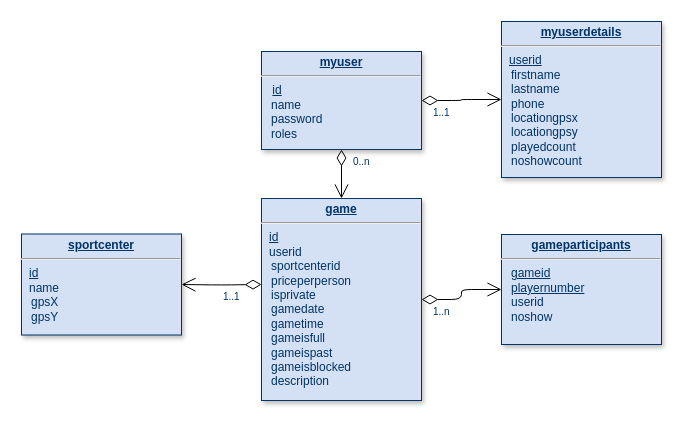
Above: dbs schema.drawio in dicaros/BVapp (draw.io), before the change. Source tidied: cells renumbered, new cells numbered last; positions are measured from the earlier drawing's top-left corner, leaving out a move shared by most shapes. Both pictures are drawn from the tidied source at 100%, with x=0, y=0 at pixel (21, 21).
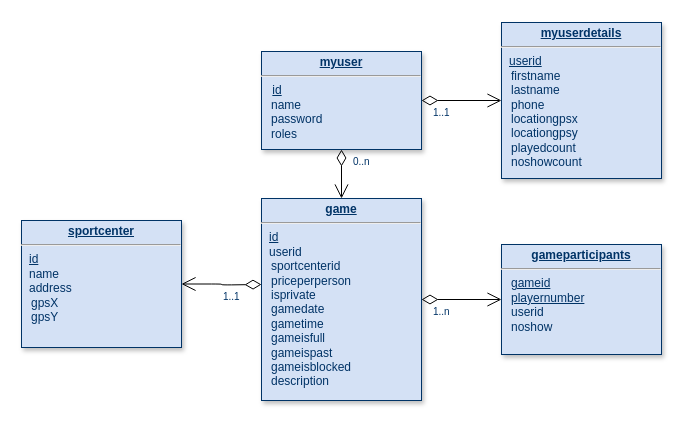
Above is the later version.

Diff of the diagram source:
```diff
@@
 <mxGraphModel background="#ffffff">
   <root>
     <mxCell id="0" />
     <mxCell id="1" parent="0" />
     <mxCell id="2" value="&lt;p style=&quot;margin: 0px ; margin-top: 4px ; text-align: center ; text-decoration: underline&quot;&gt;&lt;strong&gt;game&lt;/strong&gt;&lt;/p&gt;&lt;hr&gt;&lt;p style=&quot;margin: 0px ; margin-left: 8px&quot;&gt;&lt;u&gt;id&lt;/u&gt;&lt;br&gt;&lt;/p&gt;&lt;p style=&quot;margin: 0px ; margin-left: 8px&quot;&gt;userid&lt;/p&gt;&lt;div&gt;&amp;nbsp;&amp;nbsp; sportcenterid&lt;/div&gt;&lt;div&gt;&amp;nbsp;&amp;nbsp; priceperperson&lt;br&gt;&lt;/div&gt;&lt;div&gt;&amp;nbsp;&amp;nbsp; isprivate&lt;/div&gt;&lt;div&gt;&amp;nbsp;&amp;nbsp; gamedate&lt;/div&gt;&lt;div&gt;&amp;nbsp;&amp;nbsp; gametime&lt;/div&gt;&lt;div&gt;&amp;nbsp;&amp;nbsp; gameisfull&lt;/div&gt;&lt;div&gt;&amp;nbsp;&amp;nbsp; gameispast&lt;/div&gt;&lt;div&gt;&amp;nbsp;&amp;nbsp; gameisblocked&lt;br&gt;&lt;/div&gt;&lt;div&gt;&amp;nbsp;&amp;nbsp; description&lt;br&gt;&lt;/div&gt;&lt;div&gt;&amp;nbsp;&amp;nbsp; &lt;br&gt;&lt;/div&gt;" style="verticalAlign=top;align=left;overflow=fill;fontSize=12;fontFamily=Helvetica;html=1;strokeColor=#003366;shadow=1;fillColor=#D4E1F5;fontColor=#003366;" parent="1" vertex="1">
       <mxGeometry x="240" y="177" width="160" height="202" as="geometry" />
     </mxCell>
     <mxCell id="3" value="&lt;p style=&quot;margin: 0px ; margin-top: 4px ; text-align: center ; text-decoration: underline&quot;&gt;&lt;strong&gt;myuser&lt;br&gt;&lt;/strong&gt;&lt;/p&gt;&lt;hr&gt;&lt;p style=&quot;margin: 0px ; margin-left: 8px&quot;&gt;&lt;i&gt;&amp;nbsp;&lt;/i&gt;&lt;u&gt;id&lt;/u&gt;&lt;/p&gt;&lt;div&gt;&amp;nbsp;&amp;nbsp; name&lt;/div&gt;&lt;div&gt;&amp;nbsp;&amp;nbsp; password&lt;br&gt;&lt;/div&gt;&lt;div&gt;&amp;nbsp;&amp;nbsp; roles&lt;/div&gt;" style="verticalAlign=top;align=left;overflow=fill;fontSize=12;fontFamily=Helvetica;html=1;strokeColor=#003366;shadow=1;fillColor=#D4E1F5;fontColor=#003366;" parent="1" vertex="1">
       <mxGeometry x="240" y="30" width="160" height="98" as="geometry" />
     </mxCell>
     <mxCell id="4" style="endArrow=open;endSize=12;startArrow=diamondThin;startSize=14;startFill=0;edgeStyle=orthogonalEdgeStyle;" parent="1" edge="1" source="3" target="2">
       <mxGeometry x="19" y="368" as="geometry" />
     </mxCell>
     <mxCell id="5" value="0..n" style="align=left;verticalAlign=top;labelBackgroundColor=#ffffff;fontSize=10;strokeColor=#003366;shadow=1;fillColor=#D4E1F5;fontColor=#003366;" parent="4" vertex="1">
       <mxGeometry x="-1" relative="1" as="geometry">
         <mxPoint x="10" as="offset" />
       </mxGeometry>
     </mxCell>
     <mxCell id="6" value="&lt;p style=&quot;margin: 0px ; margin-top: 4px ; text-align: center ; text-decoration: underline&quot;&gt;&lt;strong&gt;gameparticipants&lt;/strong&gt;&lt;/p&gt;&lt;hr&gt;&lt;div&gt;&amp;nbsp;&amp;nbsp; &lt;u&gt;gameid&lt;/u&gt;&lt;/div&gt;&lt;div&gt;&amp;nbsp;&amp;nbsp; &lt;u&gt;playernumber&lt;/u&gt;&lt;/div&gt;&lt;div&gt;&amp;nbsp;&amp;nbsp; userid&lt;/div&gt;&lt;div&gt;&amp;nbsp;&amp;nbsp; noshow&lt;br&gt;&lt;/div&gt;&lt;div&gt;&amp;nbsp;&amp;nbsp; &lt;br&gt;&lt;/div&gt;" style="verticalAlign=top;align=left;overflow=fill;fontSize=12;fontFamily=Helvetica;html=1;strokeColor=#003366;shadow=1;fillColor=#D4E1F5;fontColor=#003366;" parent="1" vertex="1">
-      <mxGeometry x="480" y="213" width="160" height="110" as="geometry" />
+      <mxGeometry x="480" y="223" width="160" height="110" as="geometry" />
     </mxCell>
     <mxCell id="7" style="endArrow=open;endSize=12;startArrow=diamondThin;startSize=14;startFill=0;edgeStyle=orthogonalEdgeStyle;entryX=0;entryY=0.5;entryDx=0;entryDy=0;exitX=1;exitY=0.5;exitDx=0;exitDy=0;" parent="1" edge="1" source="2" target="6">
       <mxGeometry x="29" y="378" as="geometry" />
     </mxCell>
     <mxCell id="8" value="1..n" style="align=left;verticalAlign=top;labelBackgroundColor=#ffffff;fontSize=10;strokeColor=#003366;shadow=1;fillColor=#D4E1F5;fontColor=#003366;" parent="7" vertex="1">
       <mxGeometry x="-1" relative="1" as="geometry">
         <mxPoint x="10" as="offset" />
       </mxGeometry>
     </mxCell>
-    <mxCell id="9" value="&lt;p style=&quot;margin: 0px ; margin-top: 4px ; text-align: center ; text-decoration: underline&quot;&gt;&lt;strong&gt;sportcenter&lt;/strong&gt;&lt;/p&gt;&lt;hr&gt;&lt;p style=&quot;margin: 0px ; margin-left: 8px&quot;&gt;&lt;u&gt;id&lt;/u&gt;&lt;/p&gt;&lt;p style=&quot;margin: 0px ; margin-left: 8px&quot;&gt;name&lt;/p&gt;&amp;nbsp;&amp;nbsp; gpsX&lt;div&gt;&amp;nbsp;&amp;nbsp; gpsY&lt;/div&gt;&lt;div&gt;&amp;nbsp;&amp;nbsp; &lt;br&gt;&lt;/div&gt;&lt;div&gt;&amp;nbsp;&amp;nbsp; &lt;br&gt;&lt;/div&gt;" style="verticalAlign=top;align=left;overflow=fill;fontSize=12;fontFamily=Helvetica;html=1;strokeColor=#003366;shadow=1;fillColor=#D4E1F5;fontColor=#003366;" parent="1" vertex="1">
-      <mxGeometry y="212.5" width="160" height="101" as="geometry" />
+    <mxCell id="9" value="&lt;p style=&quot;margin: 0px ; margin-top: 4px ; text-align: center ; text-decoration: underline&quot;&gt;&lt;strong&gt;sportcenter&lt;/strong&gt;&lt;/p&gt;&lt;hr&gt;&lt;p style=&quot;margin: 0px ; margin-left: 8px&quot;&gt;&lt;u&gt;id&lt;/u&gt;&lt;/p&gt;&lt;p style=&quot;margin: 0px ; margin-left: 8px&quot;&gt;name&lt;/p&gt;&lt;p style=&quot;margin: 0px ; margin-left: 8px&quot;&gt;address&lt;br&gt;&lt;/p&gt;&amp;nbsp;&amp;nbsp; gpsX&lt;div&gt;&amp;nbsp;&amp;nbsp; gpsY&lt;/div&gt;&lt;div&gt;&amp;nbsp;&amp;nbsp; &lt;br&gt;&lt;/div&gt;&lt;div&gt;&amp;nbsp;&amp;nbsp; &lt;br&gt;&lt;/div&gt;" style="verticalAlign=top;align=left;overflow=fill;fontSize=12;fontFamily=Helvetica;html=1;strokeColor=#003366;shadow=1;fillColor=#D4E1F5;fontColor=#003366;" parent="1" vertex="1">
+      <mxGeometry y="199" width="160" height="127" as="geometry" />
     </mxCell>
     <mxCell id="10" value="&lt;p style=&quot;margin: 0px ; margin-top: 4px ; text-align: center ; text-decoration: underline&quot;&gt;&lt;strong&gt;myuserdetails&lt;/strong&gt;&lt;/p&gt;&lt;hr&gt;&lt;p style=&quot;margin: 0px ; margin-left: 8px&quot;&gt;&lt;u&gt;user&lt;/u&gt;&lt;u&gt;id&lt;/u&gt;&lt;/p&gt;&lt;div&gt;&amp;nbsp;&amp;nbsp; firstname&lt;/div&gt;&lt;div&gt;&amp;nbsp;&amp;nbsp; lastname&lt;/div&gt;&lt;div&gt;&amp;nbsp;&amp;nbsp; phone&lt;br&gt;&lt;/div&gt;&lt;div&gt;&amp;nbsp;&amp;nbsp; locationgpsx&lt;br&gt;&lt;/div&gt;&lt;div&gt;&amp;nbsp;&amp;nbsp; locationgpsy&lt;/div&gt;&lt;div&gt;&amp;nbsp;&amp;nbsp; playedcount&lt;/div&gt;&lt;div&gt;&amp;nbsp;&amp;nbsp; noshowcount&lt;br&gt;&lt;/div&gt;" style="verticalAlign=top;align=left;overflow=fill;fontSize=12;fontFamily=Helvetica;html=1;strokeColor=#003366;shadow=1;fillColor=#D4E1F5;fontColor=#003366;" parent="1" vertex="1">
-      <mxGeometry x="480" width="160" height="156" as="geometry" />
+      <mxGeometry x="480" y="1" width="160" height="156" as="geometry" />
     </mxCell>
     <mxCell id="11" style="endArrow=open;endSize=12;startArrow=diamondThin;startSize=14;startFill=0;edgeStyle=orthogonalEdgeStyle;exitX=1;exitY=0.5;exitDx=0;exitDy=0;entryX=0;entryY=0.5;entryDx=0;entryDy=0;" parent="1" edge="1" source="3" target="10">
       <mxGeometry x="29" y="378" as="geometry" />
     </mxCell>
     <mxCell id="12" value="1..1" style="align=left;verticalAlign=top;labelBackgroundColor=#ffffff;fontSize=10;strokeColor=#003366;shadow=1;fillColor=#D4E1F5;fontColor=#003366;" parent="11" vertex="1">
       <mxGeometry x="-1" relative="1" as="geometry">
         <mxPoint x="10" as="offset" />
       </mxGeometry>
     </mxCell>
     <mxCell id="13" style="endArrow=open;endSize=12;startArrow=diamondThin;startSize=14;startFill=0;edgeStyle=orthogonalEdgeStyle;entryX=1;entryY=0.5;entryDx=0;entryDy=0;" parent="1" edge="1" target="9">
       <mxGeometry x="-180" y="364" as="geometry">
         <mxPoint x="240" y="263" as="sourcePoint" />
       </mxGeometry>
     </mxCell>
     <mxCell id="14" value="1..1" style="align=left;verticalAlign=top;labelBackgroundColor=#ffffff;fontSize=10;strokeColor=#003366;shadow=1;fillColor=#D4E1F5;fontColor=#003366;" parent="13" vertex="1">
       <mxGeometry x="-1" relative="1" as="geometry">
         <mxPoint x="-40" as="offset" />
       </mxGeometry>
     </mxCell>
   </root>
 </mxGraphModel>
```
